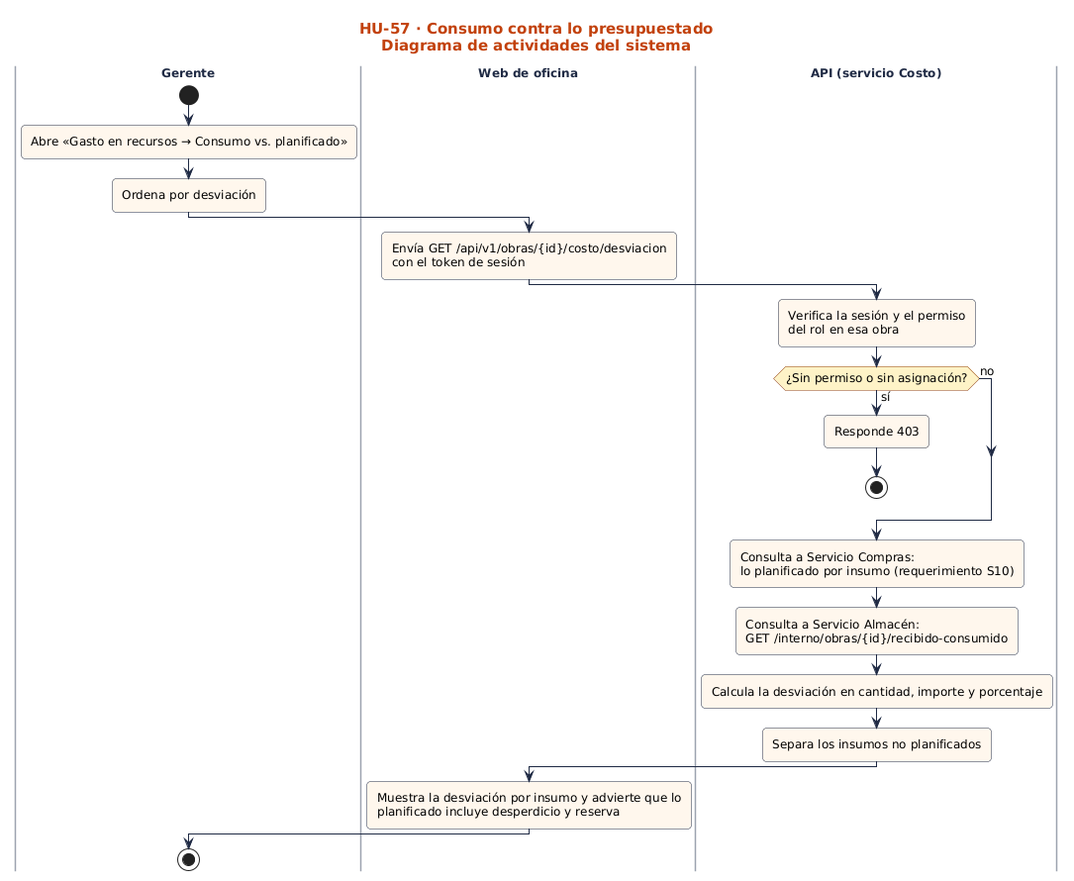
nandoestebanif/sevens-sigro keeps this PlantUML diagram as docs/sprint-2/diagramas-hu/hu-57-consumo-contra-lo-presupuestado/actividades.png. Above is the earlier version. Source of this version:
```plantuml
@startuml
!include ../../estilo.iuml
title HU-57 · Consumo contra lo presupuestado\nDiagrama de actividades del sistema
|Gerente|
start
:Abre «Gasto en recursos → Consumo vs. planificado»;
:Ordena por desviación;
|Web de oficina|
:Envía GET /api/v1/obras/{id}/costo/desviacion\ncon el token de sesión;
|API (servicio Costo)|
:Verifica la sesión y el permiso\ndel rol en esa obra;
if (¿Sin permiso o sin asignación?) then (sí)
:Responde 403;
stop
else (no)
endif
:Consulta a Servicio Compras:\nlo planificado por insumo (requerimiento S10);
:Consulta a Servicio Almacén:\nGET /interno/obras/{id}/recibido-consumido;
:Calcula la desviación en cantidad, importe y porcentaje;
:Separa los insumos no planificados;
|Web de oficina|
:Muestra la desviación por insumo y advierte que lo\nplanificado incluye desperdicio y reserva;
|Gerente|
stop
@enduml
```
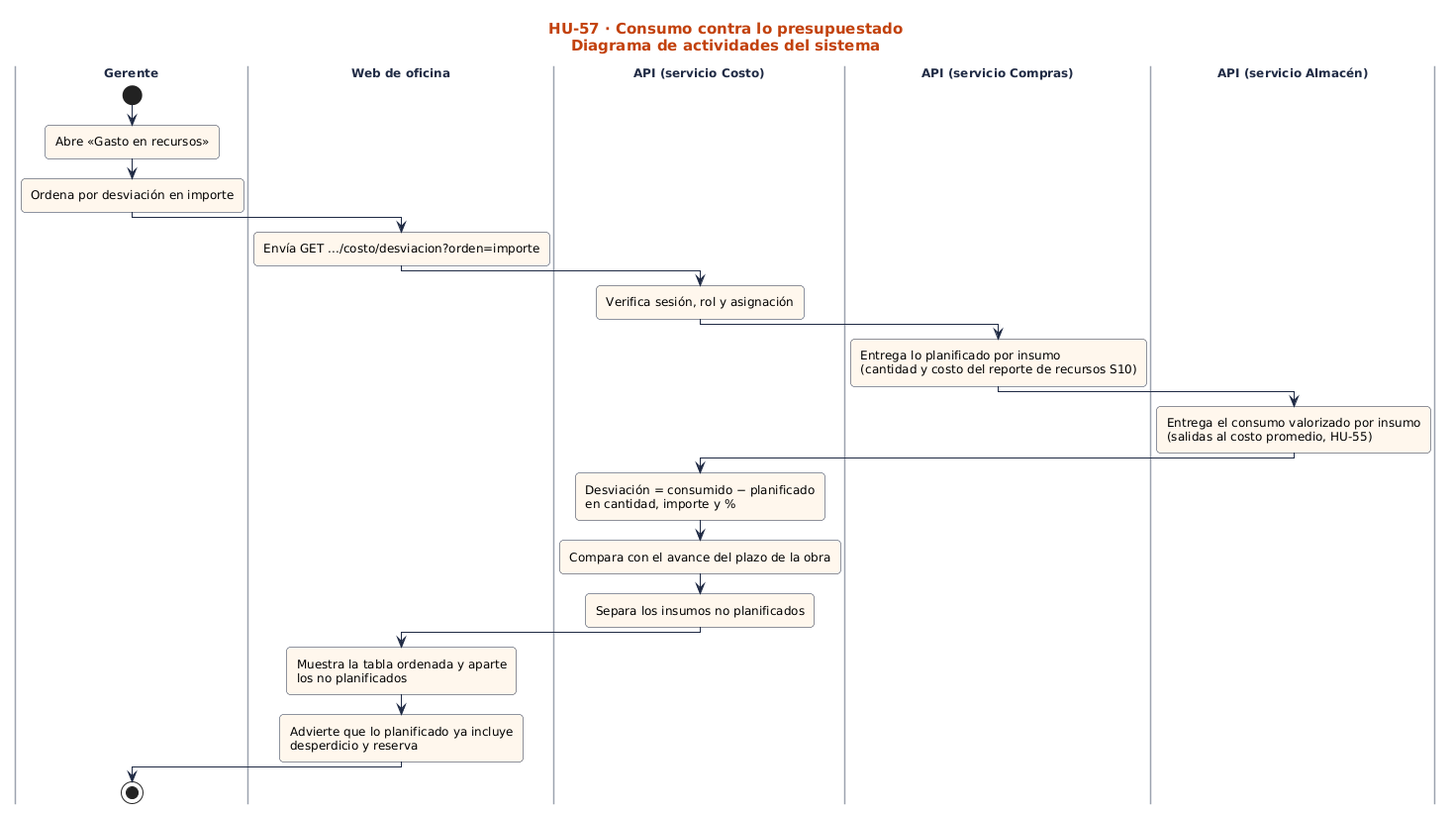
The same diagram one commit later.

What changed in the source:
```diff
@@ -3,23 +3,23 @@
 title HU-57 · Consumo contra lo presupuestado\nDiagrama de actividades del sistema
 |Gerente|
 start
-:Abre «Gasto en recursos → Consumo vs. planificado»;
-:Ordena por desviación;
+:Abre «Gasto en recursos»;
+:Ordena por desviación en importe;
 |Web de oficina|
-:Envía GET /api/v1/obras/{id}/costo/desviacion\ncon el token de sesión;
+:Envía GET .../costo/desviacion?orden=importe;
 |API (servicio Costo)|
-:Verifica la sesión y el permiso\ndel rol en esa obra;
-if (¿Sin permiso o sin asignación?) then (sí)
-:Responde 403;
-stop
-else (no)
-endif
-:Consulta a Servicio Compras:\nlo planificado por insumo (requerimiento S10);
-:Consulta a Servicio Almacén:\nGET /interno/obras/{id}/recibido-consumido;
-:Calcula la desviación en cantidad, importe y porcentaje;
+:Verifica sesión, rol y asignación;
+|API (servicio Compras)|
+:Entrega lo planificado por insumo\n(cantidad y costo del reporte de recursos S10);
+|API (servicio Almacén)|
+:Entrega el consumo valorizado por insumo\n(salidas al costo promedio, HU-55);
+|API (servicio Costo)|
+:Desviación = consumido − planificado\nen cantidad, importe y %;
+:Compara con el avance del plazo de la obra;
 :Separa los insumos no planificados;
 |Web de oficina|
-:Muestra la desviación por insumo y advierte que lo\nplanificado incluye desperdicio y reserva;
+:Muestra la tabla ordenada y aparte\nlos no planificados;
+:Advierte que lo planificado ya incluye\ndesperdicio y reserva;
 |Gerente|
 stop
 @enduml
```
